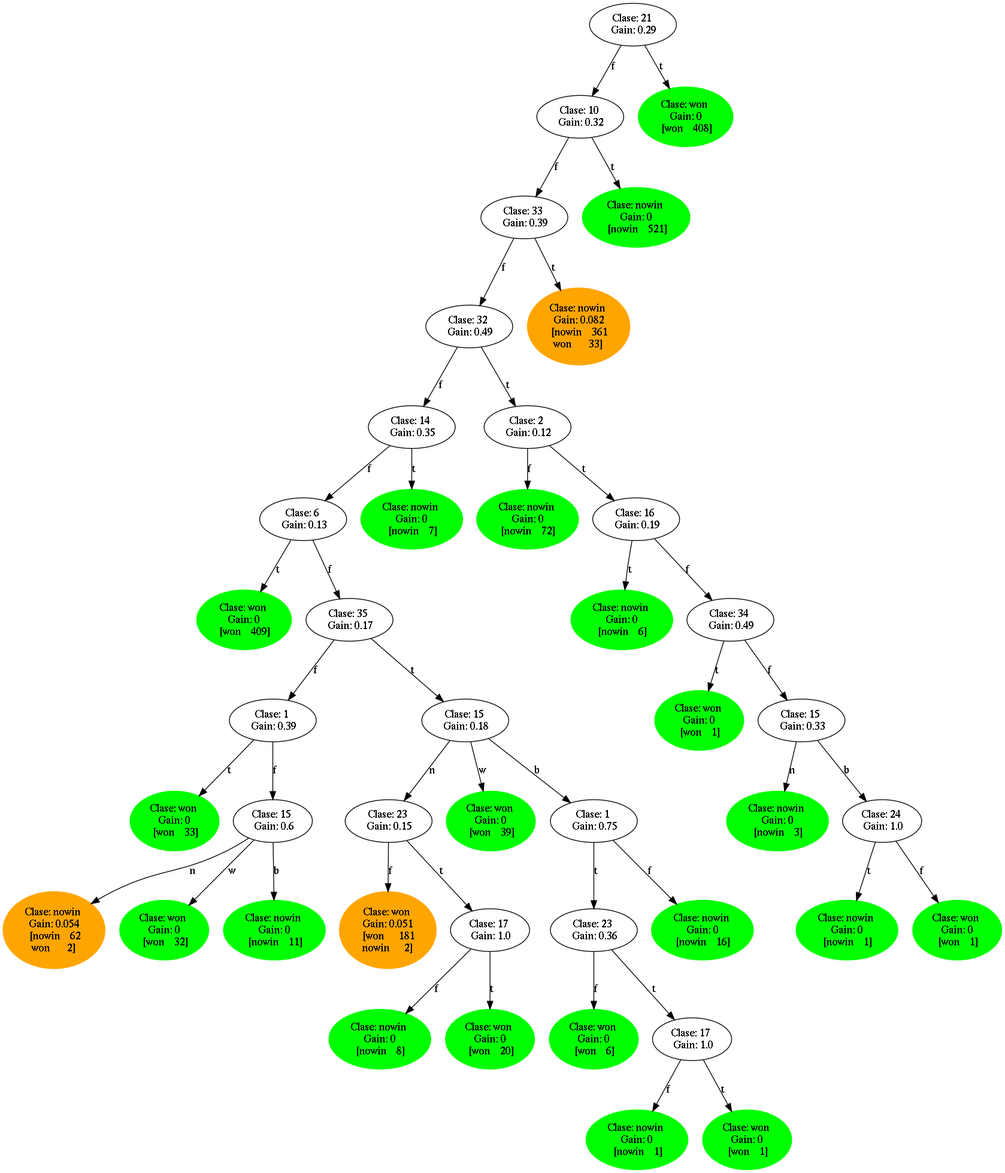
Before: test_output/gain_ratio.png, a diagram exported from Graphviz (AlejandroFNadal/ia_decision_trees). Its source is kept beside it as test_output/gain_ratio.dot.
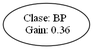
The same file after the commit.

Diff of the diagram source:
```diff
@@ -1,156 +1,4 @@
 digraph {
-	0 [label="Clase: 21
- Gain: 0.29"]
-	24 [label="Clase: 10
- Gain: 0.32"]
-	0 -> 24 [label=f splines=line]
-	25 [label="Clase: 33
- Gain: 0.39"]
-	24 -> 25 [label=f splines=line]
-	26 [label="Clase: 32
- Gain: 0.49"]
-	25 -> 26 [label=f splines=line]
-	27 [label="Clase: 14
- Gain: 0.35"]
-	26 -> 27 [label=f splines=line]
-	28 [label="Clase: 6
- Gain: 0.13"]
-	27 -> 28 [label=f splines=line]
-	29 [label="Clase: won
- Gain: 0
- [won    409]" color=green style=filled]
-	28 -> 29 [label=t splines=line]
-	30 [label="Clase: 35
- Gain: 0.17"]
-	28 -> 30 [label=f splines=line]
-	31 [label="Clase: 1
- Gain: 0.39"]
-	30 -> 31 [label=f splines=line]
-	32 [label="Clase: won
- Gain: 0
- [won    33]" color=green style=filled]
-	31 -> 32 [label=t splines=line]
-	33 [label="Clase: 15
- Gain: 0.6"]
-	31 -> 33 [label=f splines=line]
-	34 [label="Clase: nowin
- Gain: 0.054
- [nowin    62
-won       2]" color=orange style=filled]
-	33 -> 34 [label=n splines=line]
-	35 [label="Clase: won
- Gain: 0
- [won    32]" color=green style=filled]
-	33 -> 35 [label=w splines=line]
-	36 [label="Clase: nowin
- Gain: 0
- [nowin    11]" color=green style=filled]
-	33 -> 36 [label=b splines=line]
-	37 [label="Clase: 15
- Gain: 0.18"]
-	30 -> 37 [label=t splines=line]
-	38 [label="Clase: 23
- Gain: 0.15"]
-	37 -> 38 [label=n splines=line]
-	39 [label="Clase: won
- Gain: 0.051
- [won      181
-nowin      2]" color=orange style=filled]
-	38 -> 39 [label=f splines=line]
-	40 [label="Clase: 17
- Gain: 1.0"]
-	38 -> 40 [label=t splines=line]
-	41 [label="Clase: nowin
- Gain: 0
- [nowin    8]" color=green style=filled]
-	40 -> 41 [label=f splines=line]
-	42 [label="Clase: won
- Gain: 0
- [won    20]" color=green style=filled]
-	40 -> 42 [label=t splines=line]
-	43 [label="Clase: won
- Gain: 0
- [won    39]" color=green style=filled]
-	37 -> 43 [label=w splines=line]
-	44 [label="Clase: 1
- Gain: 0.75"]
-	37 -> 44 [label=b splines=line]
-	45 [label="Clase: 23
+	0 [label="Clase: BP
  Gain: 0.36"]
-	44 -> 45 [label=t splines=line]
-	46 [label="Clase: won
- Gain: 0
- [won    6]" color=green style=filled]
-	45 -> 46 [label=f splines=line]
-	47 [label="Clase: 17
- Gain: 1.0"]
-	45 -> 47 [label=t splines=line]
-	48 [label="Clase: nowin
- Gain: 0
- [nowin    1]" color=green style=filled]
-	47 -> 48 [label=f splines=line]
-	49 [label="Clase: won
- Gain: 0
- [won    1]" color=green style=filled]
-	47 -> 49 [label=t splines=line]
-	50 [label="Clase: nowin
- Gain: 0
- [nowin    16]" color=green style=filled]
-	44 -> 50 [label=f splines=line]
-	51 [label="Clase: nowin
- Gain: 0
- [nowin    7]" color=green style=filled]
-	27 -> 51 [label=t splines=line]
-	52 [label="Clase: 2
- Gain: 0.12"]
-	26 -> 52 [label=t splines=line]
-	53 [label="Clase: nowin
- Gain: 0
- [nowin    72]" color=green style=filled]
-	52 -> 53 [label=f splines=line]
-	54 [label="Clase: 16
- Gain: 0.19"]
-	52 -> 54 [label=t splines=line]
-	55 [label="Clase: nowin
- Gain: 0
- [nowin    6]" color=green style=filled]
-	54 -> 55 [label=t splines=line]
-	56 [label="Clase: 34
- Gain: 0.49"]
-	54 -> 56 [label=f splines=line]
-	57 [label="Clase: won
- Gain: 0
- [won    1]" color=green style=filled]
-	56 -> 57 [label=t splines=line]
-	58 [label="Clase: 15
- Gain: 0.33"]
-	56 -> 58 [label=f splines=line]
-	59 [label="Clase: nowin
- Gain: 0
- [nowin    3]" color=green style=filled]
-	58 -> 59 [label=n splines=line]
-	60 [label="Clase: 24
- Gain: 1.0"]
-	58 -> 60 [label=b splines=line]
-	61 [label="Clase: nowin
- Gain: 0
- [nowin    1]" color=green style=filled]
-	60 -> 61 [label=t splines=line]
-	62 [label="Clase: won
- Gain: 0
- [won    1]" color=green style=filled]
-	60 -> 62 [label=f splines=line]
-	63 [label="Clase: nowin
- Gain: 0.082
- [nowin    361
-won       33]" color=orange style=filled]
-	25 -> 63 [label=t splines=line]
-	64 [label="Clase: nowin
- Gain: 0
- [nowin    521]" color=green style=filled]
-	24 -> 64 [label=t splines=line]
-	65 [label="Clase: won
- Gain: 0
- [won    408]" color=green style=filled]
-	0 -> 65 [label=t splines=line]
 }
```
